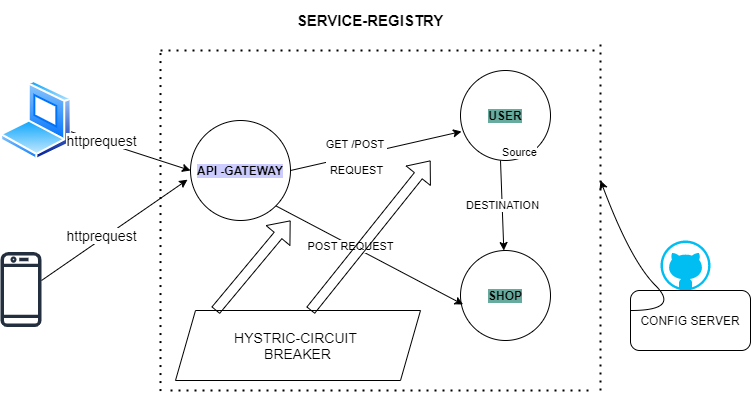
Before: architecture.png, a diagram exported from draw.io (Raj2001-cel/apnabillmicroservices). Source tidied: cells renumbered, new cells last; positions are measured from the earlier drawing's top-left corner, leaving out a move shared by most shapes.
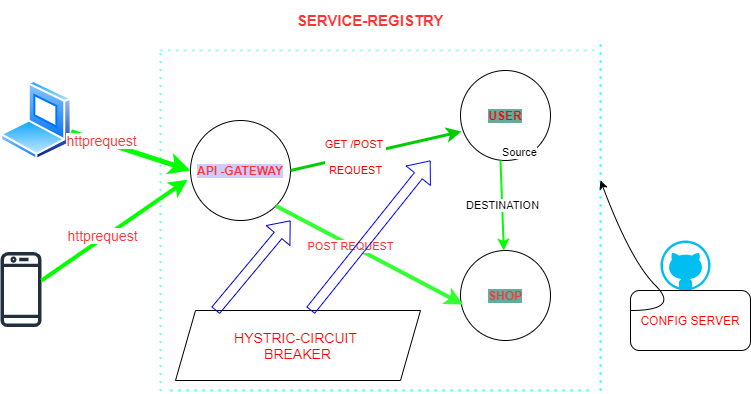
The same diagram one commit later.

Diff of the diagram source:
```diff
@@ -2,58 +2,58 @@
   <root>
     <mxCell id="0" />
     <mxCell id="1" parent="0" />
-    <mxCell id="2" value="&lt;b style=&quot;background-color: rgb(103 , 171 , 159)&quot;&gt;USER&lt;/b&gt;" style="ellipse;whiteSpace=wrap;html=1;" parent="1" vertex="1">
+    <mxCell id="2" value="&lt;b style=&quot;background-color: rgb(103 , 171 , 159)&quot;&gt;&lt;font color=&quot;#ff0000&quot;&gt;USER&lt;/font&gt;&lt;/b&gt;" style="ellipse;whiteSpace=wrap;html=1;" parent="1" vertex="1">
       <mxGeometry x="460" y="70" width="90" height="90" as="geometry" />
     </mxCell>
-    <mxCell id="3" value="&lt;b style=&quot;background-color: rgb(103 , 171 , 159)&quot;&gt;SHOP&lt;/b&gt;" style="ellipse;whiteSpace=wrap;html=1;" parent="1" vertex="1">
+    <mxCell id="3" value="&lt;b style=&quot;background-color: rgb(103 , 171 , 159)&quot;&gt;&lt;font color=&quot;#ff3333&quot;&gt;SHOP&lt;/font&gt;&lt;/b&gt;" style="ellipse;whiteSpace=wrap;html=1;" parent="1" vertex="1">
       <mxGeometry x="460" y="250" width="90" height="90" as="geometry" />
     </mxCell>
-    <mxCell id="4" value="&lt;b&gt;API -GATEWAY&lt;/b&gt;" style="ellipse;whiteSpace=wrap;html=1;labelBackgroundColor=#CCCCFF;" parent="1" vertex="1">
+    <mxCell id="4" value="&lt;b&gt;&lt;font color=&quot;#ff3333&quot;&gt;API -GATEWAY&lt;/font&gt;&lt;/b&gt;" style="ellipse;whiteSpace=wrap;html=1;labelBackgroundColor=#CCCCFF;" parent="1" vertex="1">
       <mxGeometry x="190" y="120" width="100" height="100" as="geometry" />
     </mxCell>
-    <mxCell id="5" style="endArrow=classic;html=1;" parent="1" edge="1">
+    <mxCell id="5" style="endArrow=classic;html=1;strokeWidth=3;strokeColor=#00CC00;" parent="1" edge="1">
       <mxGeometry relative="1" as="geometry">
         <mxPoint x="290" y="170" as="sourcePoint" />
         <mxPoint x="461" y="131" as="targetPoint" />
       </mxGeometry>
     </mxCell>
-    <mxCell id="6" value="GET /POST &lt;br&gt;&lt;br&gt;REQUEST" style="edgeLabel;html=1;align=center;verticalAlign=middle;" parent="5" vertex="1">
+    <mxCell id="6" value="&lt;font color=&quot;#ff0000&quot;&gt;GET /POST &lt;br&gt;&lt;br&gt;REQUEST&lt;/font&gt;" style="edgeLabel;html=1;align=center;verticalAlign=middle;" parent="5" vertex="1">
       <mxGeometry x="-0.24" y="-1" relative="1" as="geometry" />
     </mxCell>
-    <mxCell id="7" style="endArrow=classic;html=1;entryX=0.029;entryY=0.6;entryDx=0;entryDy=0;entryPerimeter=0;exitX=1;exitY=1;exitDx=0;exitDy=0;" parent="1" edge="1" source="4" target="3">
+    <mxCell id="7" style="endArrow=classic;html=1;entryX=0.029;entryY=0.6;entryDx=0;entryDy=0;entryPerimeter=0;exitX=1;exitY=1;exitDx=0;exitDy=0;strokeWidth=4;strokeColor=#33FF33;" parent="1" edge="1" source="4" target="3">
       <mxGeometry relative="1" as="geometry" />
     </mxCell>
-    <mxCell id="8" value="POST REQUEST&lt;br&gt;" style="edgeLabel;html=1;align=center;verticalAlign=middle;" parent="7" vertex="1">
+    <mxCell id="8" value="&lt;font color=&quot;#ff3333&quot;&gt;POST REQUEST&lt;/font&gt;" style="edgeLabel;html=1;align=center;verticalAlign=middle;" parent="7" vertex="1">
       <mxGeometry x="-0.21" y="-1" relative="1" as="geometry" />
     </mxCell>
-    <mxCell id="9" style="endArrow=none;dashed=1;html=1;dashPattern=1 3;strokeWidth=2;" parent="1" edge="1">
+    <mxCell id="9" style="endArrow=none;dashed=1;html=1;dashPattern=1 3;strokeWidth=2;strokeColor=#66FFFF;" parent="1" edge="1">
       <mxGeometry relative="1" as="geometry">
         <mxPoint x="160" y="50" as="sourcePoint" />
         <mxPoint x="600" y="50" as="targetPoint" />
       </mxGeometry>
     </mxCell>
-    <mxCell id="10" style="endArrow=none;dashed=1;html=1;dashPattern=1 3;strokeWidth=2;" parent="1" edge="1">
+    <mxCell id="10" style="endArrow=none;dashed=1;html=1;dashPattern=1 3;strokeWidth=2;strokeColor=#66FFFF;" parent="1" edge="1">
       <mxGeometry relative="1" as="geometry">
         <mxPoint x="160" y="390.6" as="sourcePoint" />
         <mxPoint x="160" y="50" as="targetPoint" />
       </mxGeometry>
     </mxCell>
-    <mxCell id="11" style="endArrow=none;dashed=1;html=1;dashPattern=1 3;strokeWidth=2;" parent="1" edge="1">
+    <mxCell id="11" style="endArrow=none;dashed=1;html=1;dashPattern=1 3;strokeWidth=2;strokeColor=#33FFFF;" parent="1" edge="1">
       <mxGeometry relative="1" as="geometry">
         <mxPoint x="170" y="390" as="sourcePoint" />
         <mxPoint x="590" y="390" as="targetPoint" />
       </mxGeometry>
     </mxCell>
-    <mxCell id="12" style="endArrow=none;dashed=1;html=1;dashPattern=1 3;strokeWidth=2;" parent="1" edge="1">
+    <mxCell id="12" style="endArrow=none;dashed=1;html=1;dashPattern=1 3;strokeWidth=2;strokeColor=#00FFFF;" parent="1" edge="1">
       <mxGeometry relative="1" as="geometry">
         <mxPoint x="600" y="390" as="sourcePoint" />
         <mxPoint x="600" y="40" as="targetPoint" />
       </mxGeometry>
     </mxCell>
-    <mxCell id="13" value="&lt;font style=&quot;font-size: 15px&quot;&gt;SERVICE-REGISTRY&lt;/font&gt;" style="text;html=1;strokeColor=none;fillColor=none;align=center;verticalAlign=middle;whiteSpace=wrap;rounded=0;fontStyle=1;" parent="1" vertex="1">
+    <mxCell id="13" value="&lt;font style=&quot;font-size: 15px&quot; color=&quot;#ff3333&quot;&gt;SERVICE-REGISTRY&lt;/font&gt;" style="text;html=1;strokeColor=none;fillColor=none;align=center;verticalAlign=middle;whiteSpace=wrap;rounded=0;fontStyle=1;" parent="1" vertex="1">
       <mxGeometry x="250" width="240" height="40" as="geometry" />
     </mxCell>
-    <mxCell id="14" style="endArrow=classic;html=1;" parent="1" edge="1" target="3">
+    <mxCell id="14" style="endArrow=classic;html=1;strokeWidth=2;strokeColor=#00FF00;" parent="1" edge="1" target="3">
       <mxGeometry relative="1" as="geometry">
         <mxPoint x="500" y="160" as="sourcePoint" />
       </mxGeometry>
@@ -67,7 +67,7 @@
     <mxCell id="17" style="verticalLabelPosition=bottom;html=1;verticalAlign=top;align=center;strokeColor=none;fillColor=#00BEF2;shape=mxgraph.azure.github_code;" parent="1" vertex="1">
       <mxGeometry x="660" y="240" width="50" height="50" as="geometry" />
     </mxCell>
-    <mxCell id="18" value="CONFIG SERVER" style="rounded=1;whiteSpace=wrap;html=1;" parent="1" vertex="1">
+    <mxCell id="18" value="&lt;font color=&quot;#ff0000&quot;&gt;CONFIG SERVER&lt;/font&gt;" style="rounded=1;whiteSpace=wrap;html=1;" parent="1" vertex="1">
       <mxGeometry x="630" y="290" width="120" height="60" as="geometry" />
     </mxCell>
     <mxCell id="19" style="curved=1;endArrow=classic;html=1;" parent="1" edge="1">
@@ -86,30 +86,30 @@
     <mxCell id="21" style="sketch=0;fontColor=#232F3E;gradientColor=none;fillColor=#232F3E;strokeColor=none;dashed=0;verticalLabelPosition=bottom;verticalAlign=top;align=center;html=1;fontSize=12;fontStyle=0;shape=mxgraph.aws4.mobile_client;" parent="1" vertex="1">
       <mxGeometry y="250" width="41" height="78" as="geometry" />
     </mxCell>
-    <mxCell id="22" style="endArrow=classic;html=1;entryX=0;entryY=0.5;entryDx=0;entryDy=0;" parent="1" edge="1" source="20" target="4">
+    <mxCell id="22" style="endArrow=classic;html=1;entryX=0;entryY=0.5;entryDx=0;entryDy=0;strokeWidth=5;strokeColor=#00FF00;" parent="1" edge="1" source="20" target="4">
       <mxGeometry relative="1" as="geometry" />
     </mxCell>
-    <mxCell id="23" value="httprequest" style="edgeLabel;html=1;align=center;verticalAlign=middle;fontSize=14;" parent="22" vertex="1">
+    <mxCell id="23" value="&lt;font color=&quot;#ff3333&quot;&gt;httprequest&lt;/font&gt;" style="edgeLabel;html=1;align=center;verticalAlign=middle;fontSize=14;" parent="22" vertex="1">
       <mxGeometry x="-0.51" y="1" relative="1" as="geometry" />
     </mxCell>
-    <mxCell id="24" style="endArrow=classic;html=1;entryX=-0.03;entryY=0.592;entryDx=0;entryDy=0;entryPerimeter=0;" parent="1" edge="1" target="4">
+    <mxCell id="24" style="endArrow=classic;html=1;entryX=-0.03;entryY=0.592;entryDx=0;entryDy=0;entryPerimeter=0;strokeWidth=4;strokeColor=#00FF00;" parent="1" edge="1" target="4">
       <mxGeometry relative="1" as="geometry">
         <mxPoint x="41" y="280" as="sourcePoint" />
       </mxGeometry>
     </mxCell>
-    <mxCell id="25" value="&lt;font style=&quot;font-size: 14px&quot;&gt;httprequest&lt;/font&gt;" style="edgeLabel;html=1;align=center;verticalAlign=middle;" parent="24" vertex="1">
+    <mxCell id="25" value="&lt;font style=&quot;font-size: 14px&quot; color=&quot;#ff3333&quot;&gt;httprequest&lt;/font&gt;" style="edgeLabel;html=1;align=center;verticalAlign=middle;" parent="24" vertex="1">
       <mxGeometry x="-0.15" y="3" relative="1" as="geometry" />
     </mxCell>
-    <mxCell id="26" value="&lt;span style=&quot;&quot;&gt;HYSTRIC-CIRCUIT &lt;br&gt;BREAKER&lt;/span&gt;" style="shape=parallelogram;perimeter=parallelogramPerimeter;whiteSpace=wrap;html=1;fixedSize=1;labelBackgroundColor=none;fontSize=14;" parent="1" vertex="1">
+    <mxCell id="26" value="&lt;span&gt;&lt;font color=&quot;#ff0000&quot;&gt;HYSTRIC-CIRCUIT &lt;br&gt;BREAKER&lt;/font&gt;&lt;/span&gt;" style="shape=parallelogram;perimeter=parallelogramPerimeter;whiteSpace=wrap;html=1;fixedSize=1;labelBackgroundColor=none;fontSize=14;" parent="1" vertex="1">
       <mxGeometry x="175" y="310" width="245" height="70" as="geometry" />
     </mxCell>
-    <mxCell id="27" style="shape=flexArrow;endArrow=classic;html=1;fontSize=14;" parent="1" edge="1">
+    <mxCell id="27" style="shape=flexArrow;endArrow=classic;html=1;fontSize=14;strokeColor=#0000CC;" parent="1" edge="1">
       <mxGeometry relative="1" as="geometry">
         <mxPoint x="215" y="310" as="sourcePoint" />
         <mxPoint x="290" y="220" as="targetPoint" />
       </mxGeometry>
     </mxCell>
-    <mxCell id="28" style="shape=flexArrow;endArrow=classic;html=1;fontSize=14;" parent="1" edge="1">
+    <mxCell id="28" style="shape=flexArrow;endArrow=classic;html=1;fontSize=14;strokeColor=#0000FF;" parent="1" edge="1">
       <mxGeometry relative="1" as="geometry">
         <mxPoint x="310" y="310" as="sourcePoint" />
         <mxPoint x="430" y="160" as="targetPoint" />
```
